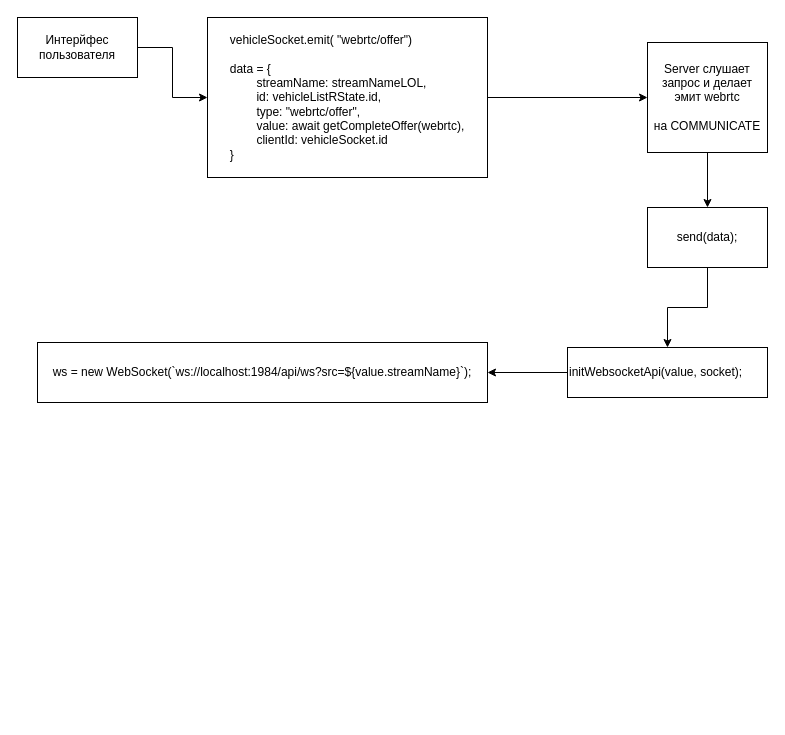
Earlier version of the draw.io diagram Камеры по webrtc.drawio (GrigoryGriko/astro_checklist). Source tidied: cells renumbered, new cells numbered last; positions are measured from the earlier drawing's top-left corner, leaving out a move shared by most shapes. Both pictures are drawn from the tidied source at 100%, with x=0, y=0 at pixel (17, 17).
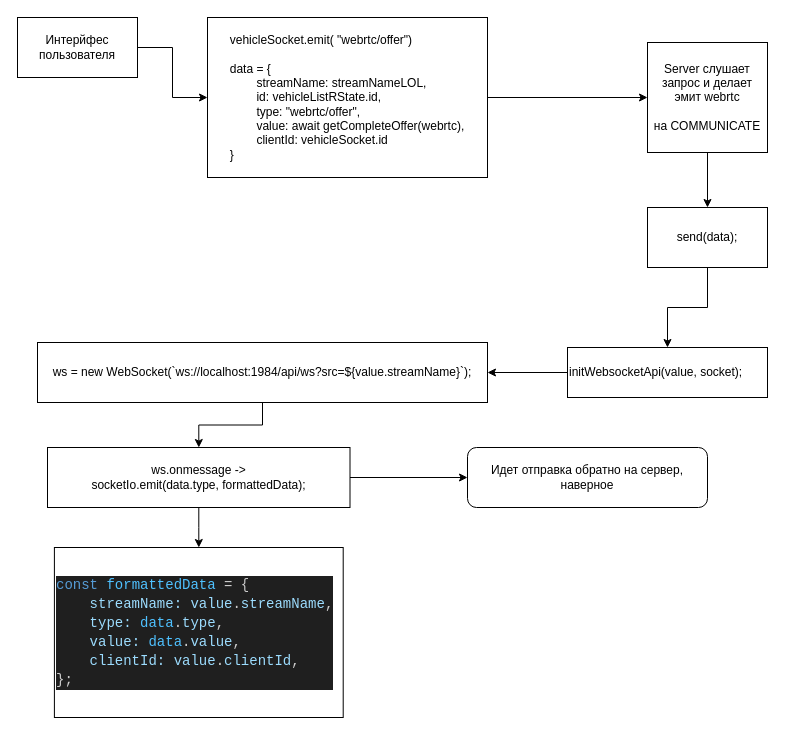
Above is the later version.

Diff of the diagram source:
```diff
@@
 <mxGraphModel>
   <root>
     <mxCell id="0" />
     <mxCell id="1" parent="0" />
     <mxCell id="2" style="edgeStyle=orthogonalEdgeStyle;rounded=0;jettySize=auto;html=1;" parent="1" edge="1" source="3" target="5">
       <mxGeometry relative="1" as="geometry" />
     </mxCell>
     <mxCell id="3" value="Интерйфес пользователя" style="rounded=0;whiteSpace=wrap;html=1;" parent="1" vertex="1">
       <mxGeometry width="120" height="60" as="geometry" />
     </mxCell>
     <mxCell id="4" style="edgeStyle=orthogonalEdgeStyle;rounded=0;jettySize=auto;html=1;" parent="1" edge="1" source="5" target="7">
       <mxGeometry relative="1" as="geometry" />
     </mxCell>
     <mxCell id="5" value="&lt;div style=&quot;text-align: left;&quot;&gt;vehicleSocket.emit( &quot;webrtc/offer&quot;)&lt;br&gt;&lt;/div&gt;&lt;div style=&quot;text-align: left;&quot;&gt;&lt;span style=&quot;white-space: normal;&quot;&gt;&lt;br&gt;data = {&lt;/span&gt;&lt;/div&gt;&lt;div style=&quot;text-align: left;&quot;&gt;&lt;span style=&quot;white-space: normal;&quot;&gt;&lt;span style=&quot;white-space: pre;&quot;&gt;&#9;&lt;/span&gt;streamName: streamNameLOL,&lt;/span&gt;&lt;/div&gt;&lt;div style=&quot;text-align: left;&quot;&gt;&lt;span style=&quot;background-color: initial;&quot;&gt;&lt;span style=&quot;white-space: pre;&quot;&gt;&#9;&lt;/span&gt;id: vehicleListRState.id,&lt;/span&gt;&lt;/div&gt;&lt;div style=&quot;text-align: left;&quot;&gt;&lt;span style=&quot;white-space: normal;&quot;&gt;&lt;span style=&quot;white-space:pre&quot;&gt;&#9;&lt;/span&gt;type: &quot;webrtc/offer&quot;,&lt;/span&gt;&lt;/div&gt;&lt;div style=&quot;text-align: left;&quot;&gt;&lt;span style=&quot;white-space: normal;&quot;&gt;&lt;span style=&quot;white-space:pre&quot;&gt;&#9;&lt;/span&gt;value: await getCompleteOffer(webrtc),&lt;/span&gt;&lt;/div&gt;&lt;div style=&quot;text-align: left;&quot;&gt;&lt;span style=&quot;white-space: normal;&quot;&gt;&lt;span style=&quot;white-space:pre&quot;&gt;&#9;&lt;/span&gt;clientId: vehicleSocket.id&lt;/span&gt;&lt;/div&gt;&lt;div style=&quot;text-align: left;&quot;&gt;&lt;span style=&quot;white-space: normal;&quot;&gt;}&lt;br&gt;&lt;/span&gt;&lt;/div&gt;" style="whiteSpace=wrap;html=1;rounded=0;" parent="1" vertex="1">
       <mxGeometry x="190" width="280" height="160" as="geometry" />
     </mxCell>
     <mxCell id="6" style="edgeStyle=orthogonalEdgeStyle;rounded=0;jettySize=auto;html=1;" parent="1" edge="1" source="7" target="9">
       <mxGeometry relative="1" as="geometry" />
     </mxCell>
     <mxCell id="7" value="Server слушает запрос и делает эмит webrtc&lt;br&gt;&lt;br&gt;&lt;div&gt;на COMMUNICATE&lt;/div&gt;" style="whiteSpace=wrap;html=1;rounded=0;" parent="1" vertex="1">
       <mxGeometry x="630" y="25" width="120" height="110" as="geometry" />
     </mxCell>
     <mxCell id="8" style="edgeStyle=orthogonalEdgeStyle;rounded=0;jettySize=auto;html=1;" parent="1" edge="1" source="9" target="11">
       <mxGeometry relative="1" as="geometry" />
     </mxCell>
     <mxCell id="9" value="send(data);" style="whiteSpace=wrap;html=1;rounded=0;" parent="1" vertex="1">
       <mxGeometry x="630" y="190" width="120" height="60" as="geometry" />
     </mxCell>
     <mxCell id="10" style="edgeStyle=orthogonalEdgeStyle;rounded=0;jettySize=auto;html=1;" parent="1" edge="1" source="11" target="12">
       <mxGeometry relative="1" as="geometry" />
     </mxCell>
     <mxCell id="11" value="initWebsocketApi(value, socket);" style="whiteSpace=wrap;html=1;rounded=0;align=left;" parent="1" vertex="1">
       <mxGeometry x="550" y="330" width="200" height="50" as="geometry" />
     </mxCell>
+    <mxCell id="13" style="edgeStyle=orthogonalEdgeStyle;rounded=0;jettySize=auto;html=1;" parent="1" edge="1" source="12" target="15">
+      <mxGeometry relative="1" as="geometry" />
+    </mxCell>
     <mxCell id="12" value="ws = new WebSocket(`ws://localhost:1984/api/ws?src=${value.streamName}`);" style="whiteSpace=wrap;html=1;align=center;rounded=0;" parent="1" vertex="1">
       <mxGeometry x="20" y="325" width="450" height="60" as="geometry" />
     </mxCell>
+    <mxCell id="14" style="edgeStyle=orthogonalEdgeStyle;rounded=0;jettySize=auto;html=1;" parent="1" edge="1" source="15" target="18">
+      <mxGeometry relative="1" as="geometry" />
+    </mxCell>
+    <mxCell id="15" value="ws.onmessage -&amp;gt;&lt;div&gt;socketIo.emit(data.type, formattedData);&lt;/div&gt;" style="rounded=0;whiteSpace=wrap;html=1;" parent="1" vertex="1">
+      <mxGeometry x="30" y="430" width="302.5" height="60" as="geometry" />
+    </mxCell>
+    <mxCell id="16" value="Идет отправка обратно на сервер, наверное" style="rounded=1;whiteSpace=wrap;html=1;" parent="1" vertex="1">
+      <mxGeometry x="450" y="430" width="240" height="60" as="geometry" />
+    </mxCell>
+    <mxCell id="17" style="endArrow=classic;html=1;rounded=0;exitX=1;exitY=0.5;exitDx=0;exitDy=0;entryX=0;entryY=0.5;entryDx=0;entryDy=0;" parent="1" edge="1" source="15" target="16">
+      <mxGeometry relative="1" as="geometry" />
+    </mxCell>
+    <mxCell id="18" value="&lt;br&gt;&lt;div style=&quot;color: #cccccc;background-color: #1f1f1f;font-family: Consolas, 'Courier New', monospace;font-weight: normal;font-size: 14px;line-height: 19px;white-space: pre;&quot;&gt;&lt;div&gt;&lt;span style=&quot;color: #569cd6;&quot;&gt;const&lt;/span&gt;&lt;span style=&quot;color: #cccccc;&quot;&gt; &lt;/span&gt;&lt;span style=&quot;color: #4fc1ff;&quot;&gt;formattedData&lt;/span&gt;&lt;span style=&quot;color: #cccccc;&quot;&gt; &lt;/span&gt;&lt;span style=&quot;color: #d4d4d4;&quot;&gt;=&lt;/span&gt;&lt;span style=&quot;color: #cccccc;&quot;&gt; {&lt;/span&gt;&lt;/div&gt;&lt;div&gt;&lt;span style=&quot;color: #cccccc;&quot;&gt;&amp;nbsp; &amp;nbsp; &lt;/span&gt;&lt;span style=&quot;color: #9cdcfe;&quot;&gt;streamName&lt;/span&gt;&lt;span style=&quot;color: #9cdcfe;&quot;&gt;:&lt;/span&gt;&lt;span style=&quot;color: #cccccc;&quot;&gt; &lt;/span&gt;&lt;span style=&quot;color: #9cdcfe;&quot;&gt;value&lt;/span&gt;&lt;span style=&quot;color: #cccccc;&quot;&gt;.&lt;/span&gt;&lt;span style=&quot;color: #9cdcfe;&quot;&gt;streamName&lt;/span&gt;&lt;span style=&quot;color: #cccccc;&quot;&gt;,&lt;/span&gt;&lt;/div&gt;&lt;div&gt;&lt;span style=&quot;color: #cccccc;&quot;&gt;&amp;nbsp; &amp;nbsp; &lt;/span&gt;&lt;span style=&quot;color: #9cdcfe;&quot;&gt;type&lt;/span&gt;&lt;span style=&quot;color: #9cdcfe;&quot;&gt;:&lt;/span&gt;&lt;span style=&quot;color: #cccccc;&quot;&gt; &lt;/span&gt;&lt;span style=&quot;color: #4fc1ff;&quot;&gt;data&lt;/span&gt;&lt;span style=&quot;color: #cccccc;&quot;&gt;.&lt;/span&gt;&lt;span style=&quot;color: #9cdcfe;&quot;&gt;type&lt;/span&gt;&lt;span style=&quot;color: #cccccc;&quot;&gt;,&lt;/span&gt;&lt;/div&gt;&lt;div&gt;&lt;span style=&quot;color: #cccccc;&quot;&gt;&amp;nbsp; &amp;nbsp; &lt;/span&gt;&lt;span style=&quot;color: #9cdcfe;&quot;&gt;value&lt;/span&gt;&lt;span style=&quot;color: #9cdcfe;&quot;&gt;:&lt;/span&gt;&lt;span style=&quot;color: #cccccc;&quot;&gt; &lt;/span&gt;&lt;span style=&quot;color: #4fc1ff;&quot;&gt;data&lt;/span&gt;&lt;span style=&quot;color: #cccccc;&quot;&gt;.&lt;/span&gt;&lt;span style=&quot;color: #9cdcfe;&quot;&gt;value&lt;/span&gt;&lt;span style=&quot;color: #cccccc;&quot;&gt;,&lt;/span&gt;&lt;/div&gt;&lt;div&gt;&lt;span style=&quot;color: #cccccc;&quot;&gt;&amp;nbsp; &amp;nbsp; &lt;/span&gt;&lt;span style=&quot;color: #9cdcfe;&quot;&gt;clientId&lt;/span&gt;&lt;span style=&quot;color: #9cdcfe;&quot;&gt;:&lt;/span&gt;&lt;span style=&quot;color: #cccccc;&quot;&gt; &lt;/span&gt;&lt;span style=&quot;color: #9cdcfe;&quot;&gt;value&lt;/span&gt;&lt;span style=&quot;color: #cccccc;&quot;&gt;.&lt;/span&gt;&lt;span style=&quot;color: #9cdcfe;&quot;&gt;clientId&lt;/span&gt;&lt;span style=&quot;color: #cccccc;&quot;&gt;,&lt;/span&gt;&lt;/div&gt;&lt;div&gt;&lt;span style=&quot;color: #cccccc;&quot;&gt;};&lt;/span&gt;&lt;/div&gt;&lt;/div&gt;&lt;div&gt;&lt;br/&gt;&lt;/div&gt;" style="whiteSpace=wrap;html=1;rounded=0;align=left;" parent="1" vertex="1">
+      <mxGeometry x="36.9" y="530" width="288.8" height="170" as="geometry" />
+    </mxCell>
   </root>
 </mxGraphModel>
```
